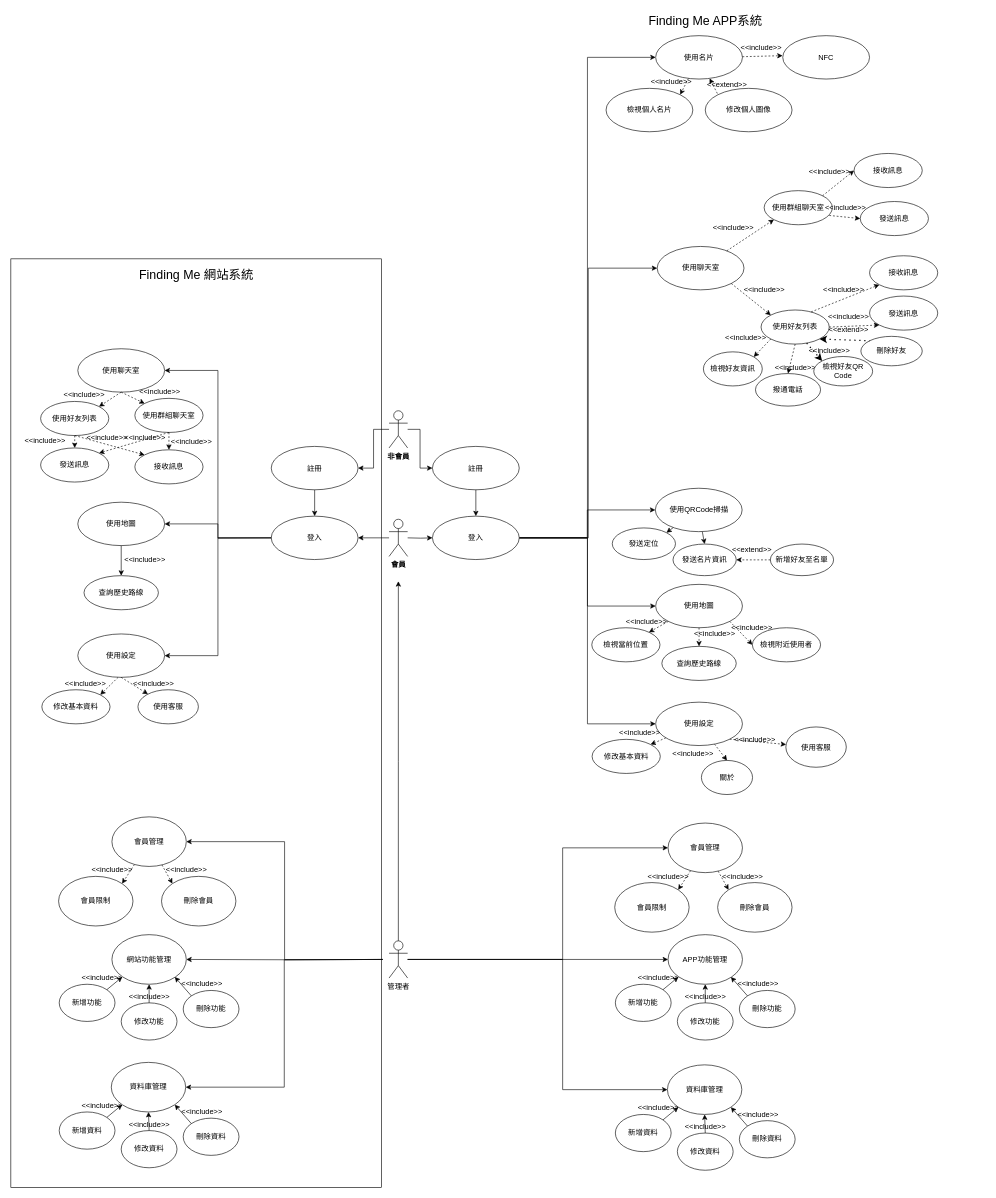
Earlier version of the draw.io diagram page "使用個案圖" (1 of 3) of Untitled Diagram.drawio (may900620/codepanimg). Source tidied: cells renumbered, new cells numbered last; positions are measured from the earlier drawing's top-left corner, leaving out a move shared by most shapes. Both pictures are drawn from the tidied source at 62%, with x=0, y=0 at pixel (11, 11).
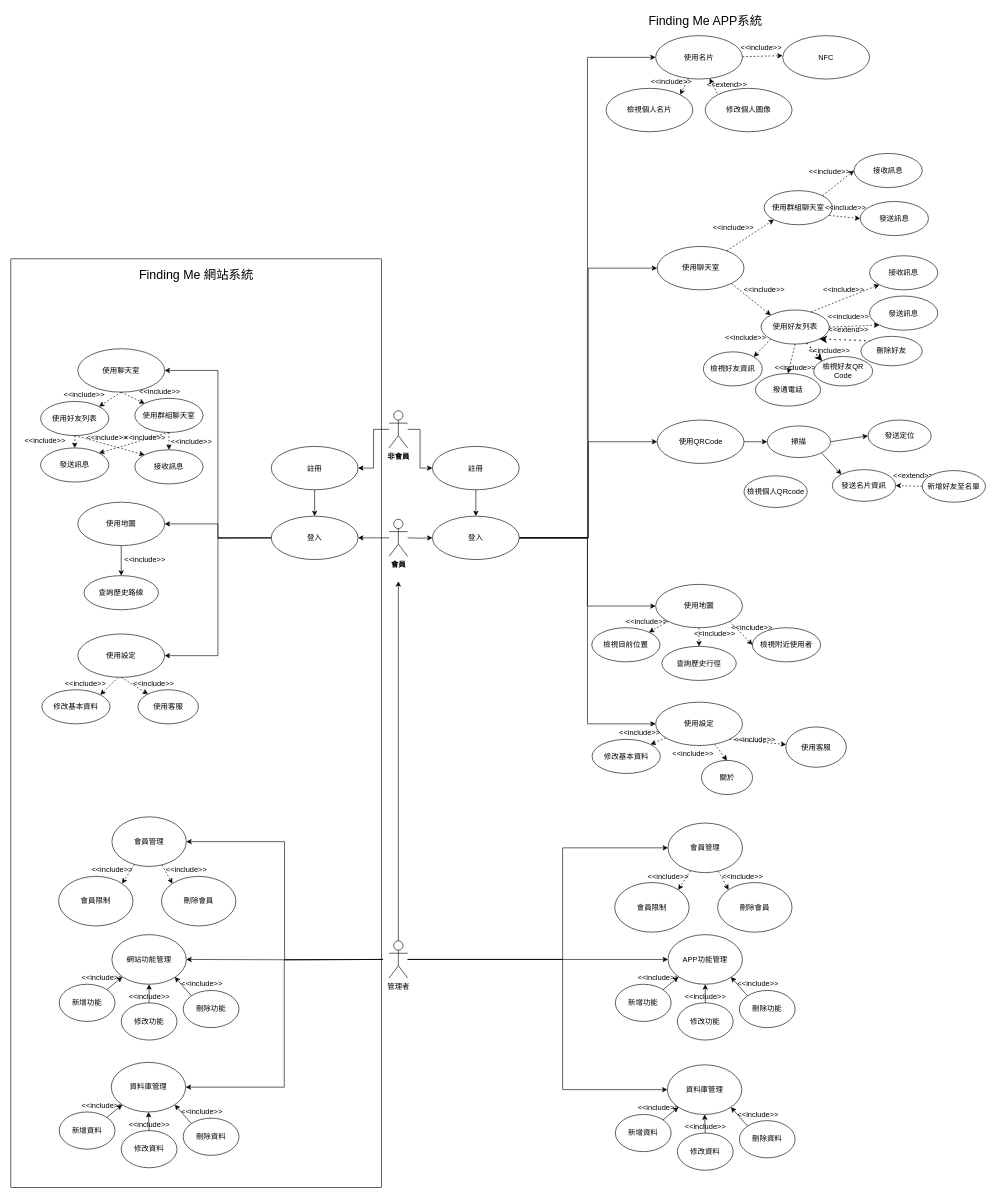
After the change.

What changed in the source:
```diff
@@
     <mxCell id="17" value="&lt;div&gt;發送定位&lt;/div&gt;" style="ellipse;whiteSpace=wrap;html=1;fillColor=default;strokeColor=default;fontColor=default;" parent="1" vertex="1">
-      <mxGeometry x="970" y="834" width="102" height="51" as="geometry" />
+      <mxGeometry x="1382.5" y="660" width="102" height="51" as="geometry" />
     </mxCell>
-    <mxCell id="18" style="edgeStyle=none;rounded=0;jettySize=auto;html=1;entryX=0.5;entryY=0;entryDx=0;entryDy=0;labelBackgroundColor=default;fontColor=default;endArrow=classic;endFill=1;strokeColor=default;startArrow=none;startFill=0;" parent="1" edge="1" source="20" target="44">
+    <mxCell id="18" style="edgeStyle=none;rounded=0;jettySize=auto;html=1;entryX=0;entryY=0;entryDx=0;entryDy=0;labelBackgroundColor=default;fontColor=default;endArrow=classic;endFill=1;strokeColor=default;startArrow=none;startFill=0;exitX=1;exitY=1;exitDx=0;exitDy=0;" parent="1" edge="1" source="188" target="44">
       <mxGeometry relative="1" as="geometry" />
     </mxCell>
-    <mxCell id="19" style="edgeStyle=none;rounded=0;jettySize=auto;html=1;entryX=1;entryY=0;entryDx=0;entryDy=0;labelBackgroundColor=default;fontColor=default;endArrow=classic;endFill=1;strokeColor=default;startArrow=none;startFill=0;" parent="1" edge="1" source="20" target="17">
+    <mxCell id="19" style="edgeStyle=none;rounded=0;jettySize=auto;html=1;entryX=0;entryY=0.5;entryDx=0;entryDy=0;labelBackgroundColor=default;fontColor=default;endArrow=classic;endFill=1;strokeColor=default;startArrow=none;startFill=0;exitX=1;exitY=0.5;exitDx=0;exitDy=0;" parent="1" edge="1" source="188" target="17">
       <mxGeometry relative="1" as="geometry" />
     </mxCell>
+    <mxCell id="187" style="rounded=0;jettySize=auto;html=1;entryX=0;entryY=0.5;entryDx=0;entryDy=0;startArrow=none;startFill=0;endArrow=classic;endFill=1;" parent="1" edge="1" source="20" target="188">
+      <mxGeometry relative="1" as="geometry" />
+    </mxCell>
-    <mxCell id="20" value="使用QRCode掃描" style="ellipse;whiteSpace=wrap;html=1;fillColor=default;strokeColor=default;fontColor=default;" parent="1" vertex="1">
-      <mxGeometry x="1039.5" y="770" width="140" height="70" as="geometry" />
+    <mxCell id="20" value="使用QRCode" style="ellipse;whiteSpace=wrap;html=1;fillColor=default;strokeColor=default;fontColor=default;" parent="1" vertex="1">
+      <mxGeometry x="1042.5" y="660" width="140" height="70" as="geometry" />
     </mxCell>
-    <mxCell id="21" value="&lt;div&gt;檢視當前位置&lt;/div&gt;" style="ellipse;whiteSpace=wrap;html=1;fillColor=default;strokeColor=default;fontColor=default;" parent="1" vertex="1">
+    <mxCell id="21" value="&lt;div&gt;檢視目前位置&lt;/div&gt;" style="ellipse;whiteSpace=wrap;html=1;fillColor=default;strokeColor=default;fontColor=default;" parent="1" vertex="1">
       <mxGeometry x="937" y="995" width="110" height="55" as="geometry" />
     </mxCell>
-    <mxCell id="22" value="查詢歷史路線" style="ellipse;whiteSpace=wrap;html=1;fillColor=default;strokeColor=default;fontColor=default;" parent="1" vertex="1">
+    <mxCell id="22" value="查詢歷史行徑" style="ellipse;whiteSpace=wrap;html=1;fillColor=default;strokeColor=default;fontColor=default;" parent="1" vertex="1">
       <mxGeometry x="1050" y="1025" width="120" height="55" as="geometry" />
     </mxCell>
@@
     <mxCell id="44" value="&lt;div&gt;發送名片資訊&lt;/div&gt;" style="ellipse;whiteSpace=wrap;html=1;fillColor=default;strokeColor=default;fontColor=default;" parent="1" vertex="1">
-      <mxGeometry x="1068" y="860" width="102" height="51" as="geometry" />
+      <mxGeometry x="1325" y="740" width="102" height="51" as="geometry" />
     </mxCell>
     <mxCell id="45" value="&amp;lt;&amp;lt;extend&amp;gt;&amp;gt;" style="text;html=1;align=center;verticalAlign=middle;strokeColor=none;fillColor=none;fontColor=default;" parent="1" vertex="1">
-      <mxGeometry x="1155" y="860" width="80" height="20" as="geometry" />
+      <mxGeometry x="1415" y="740" width="80" height="20" as="geometry" />
     </mxCell>
@@
     <mxCell id="61" value="&lt;div&gt;新增好友至名單&lt;/div&gt;" style="ellipse;whiteSpace=wrap;html=1;fillColor=default;strokeColor=default;fontColor=default;" parent="1" vertex="1">
-      <mxGeometry x="1225" y="860" width="102" height="51" as="geometry" />
+      <mxGeometry x="1470" y="741.5" width="102" height="51" as="geometry" />
     </mxCell>
@@
+    <mxCell id="188" value="掃描" style="ellipse;whiteSpace=wrap;html=1;fillColor=default;strokeColor=default;fontColor=default;" parent="1" vertex="1">
+      <mxGeometry x="1220" y="669.5" width="102" height="51" as="geometry" />
+    </mxCell>
+    <mxCell id="189" value="檢視個人QRcode" style="ellipse;whiteSpace=wrap;html=1;fillColor=default;strokeColor=default;fontColor=default;" parent="1" vertex="1">
+      <mxGeometry x="1182.5" y="750" width="102" height="51" as="geometry" />
+    </mxCell>
```
